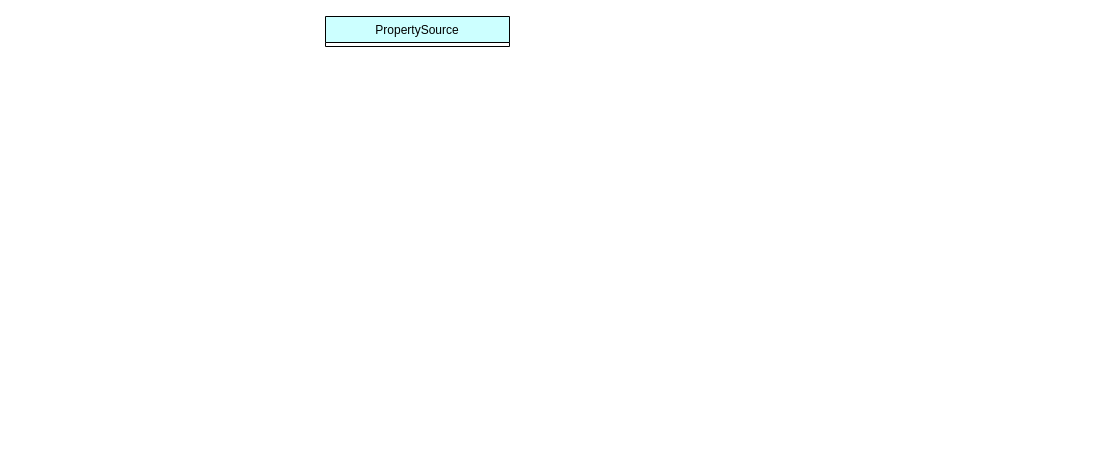
The draw.io diagram spring/PropertySource.drawio in MuggleStar/draw_io, before the edit. Source tidied: cells renumbered, new cells numbered last; positions are measured from the earlier drawing's top-left corner, leaving out a move shared by most shapes. Both pictures are drawn from the tidied source at 100%, with x=0, y=0 at pixel (325, 16).
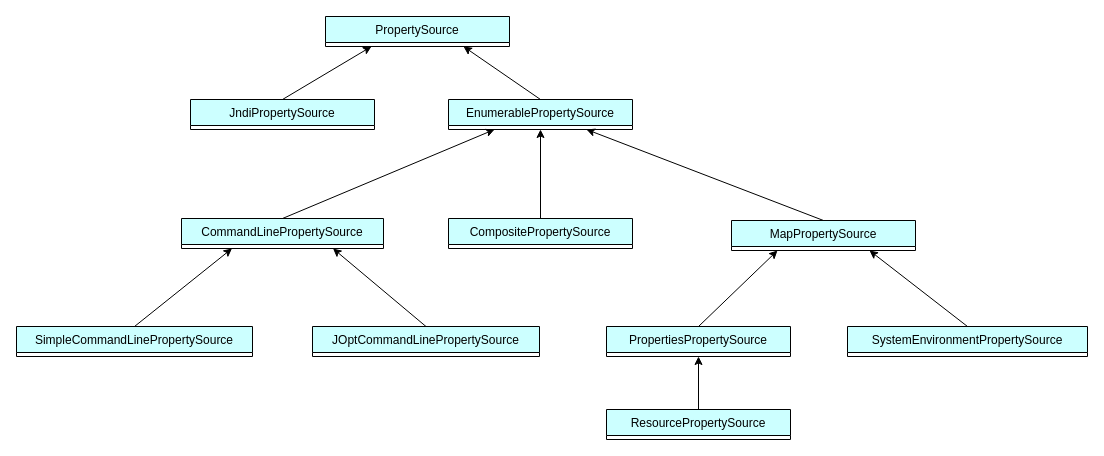
After the change.

The change refers to these unchanged cells:
```xml
<mxCell id="2" value="PropertySource" style="swimlane;fontStyle=0;horizontal=1;startSize=26;fillColor=#CCFFFF;direction=east;strokeColor=default;swimlaneLine=1;glass=0;rounded=0;shadow=0;" parent="1" vertex="1" collapsed="1">
  <mxGeometry width="184" height="30" as="geometry" />
</mxCell>
```

Diff of the diagram source:
```diff
@@
+    <mxCell id="3" value="JndiPropertySource" style="swimlane;fontStyle=0;horizontal=1;startSize=26;fillColor=#CCFFFF;direction=east;strokeColor=default;swimlaneLine=1;glass=0;rounded=0;shadow=0;" parent="1" vertex="1" collapsed="1">
+      <mxGeometry x="-135" y="83" width="184" height="30" as="geometry" />
+    </mxCell>
+    <mxCell id="4" value="EnumerablePropertySource" style="swimlane;fontStyle=0;horizontal=1;startSize=26;fillColor=#CCFFFF;direction=east;strokeColor=default;swimlaneLine=1;glass=0;rounded=0;shadow=0;" parent="1" vertex="1" collapsed="1">
+      <mxGeometry x="123" y="83" width="184" height="30" as="geometry" />
+    </mxCell>
+    <mxCell id="5" value="CommandLinePropertySource" style="swimlane;fontStyle=0;horizontal=1;startSize=26;fillColor=#CCFFFF;direction=east;strokeColor=default;swimlaneLine=1;glass=0;rounded=0;shadow=0;" parent="1" vertex="1" collapsed="1">
+      <mxGeometry x="-144" y="202" width="202" height="30" as="geometry" />
+    </mxCell>
+    <mxCell id="6" value="CompositePropertySource" style="swimlane;fontStyle=0;horizontal=1;startSize=26;fillColor=#CCFFFF;direction=east;strokeColor=default;swimlaneLine=1;glass=0;rounded=0;shadow=0;" parent="1" vertex="1" collapsed="1">
+      <mxGeometry x="123" y="202" width="184" height="30" as="geometry" />
+    </mxCell>
+    <mxCell id="7" value="MapPropertySource" style="swimlane;fontStyle=0;horizontal=1;startSize=26;fillColor=#CCFFFF;direction=east;strokeColor=default;swimlaneLine=1;glass=0;rounded=0;shadow=0;" parent="1" vertex="1" collapsed="1">
+      <mxGeometry x="406" y="204" width="184" height="30" as="geometry" />
+    </mxCell>
+    <mxCell id="8" value="SimpleCommandLinePropertySource" style="swimlane;fontStyle=0;horizontal=1;startSize=26;fillColor=#CCFFFF;direction=east;strokeColor=default;swimlaneLine=1;glass=0;rounded=0;shadow=0;" parent="1" vertex="1" collapsed="1">
+      <mxGeometry x="-309" y="310" width="236" height="30" as="geometry" />
+    </mxCell>
+    <mxCell id="9" value="JOptCommandLinePropertySource" style="swimlane;fontStyle=0;horizontal=1;startSize=26;fillColor=#CCFFFF;direction=east;strokeColor=default;swimlaneLine=1;glass=0;rounded=0;shadow=0;" parent="1" vertex="1" collapsed="1">
+      <mxGeometry x="-13" y="310" width="227" height="30" as="geometry" />
+    </mxCell>
+    <mxCell id="10" value="PropertiesPropertySource" style="swimlane;fontStyle=0;horizontal=1;startSize=26;fillColor=#CCFFFF;direction=east;strokeColor=default;swimlaneLine=1;glass=0;rounded=0;shadow=0;" parent="1" vertex="1" collapsed="1">
+      <mxGeometry x="281" y="310" width="184" height="30" as="geometry" />
+    </mxCell>
+    <mxCell id="11" value="SystemEnvironmentPropertySource" style="swimlane;fontStyle=0;horizontal=1;startSize=26;fillColor=#CCFFFF;direction=east;strokeColor=default;swimlaneLine=1;glass=0;rounded=0;shadow=0;" parent="1" vertex="1" collapsed="1">
+      <mxGeometry x="522" y="310" width="240" height="30" as="geometry" />
+    </mxCell>
+    <mxCell id="12" value="ResourcePropertySource" style="swimlane;fontStyle=0;horizontal=1;startSize=26;fillColor=#CCFFFF;direction=east;strokeColor=default;swimlaneLine=1;glass=0;rounded=0;shadow=0;" parent="1" vertex="1" collapsed="1">
+      <mxGeometry x="281" y="393" width="184" height="30" as="geometry" />
+    </mxCell>
+    <mxCell id="13" style="endArrow=classic;html=1;rounded=0;exitX=0.5;exitY=0;exitDx=0;exitDy=0;entryX=0.5;entryY=1;entryDx=0;entryDy=0;" parent="1" edge="1" source="12" target="10">
+      <mxGeometry relative="1" as="geometry" />
+    </mxCell>
+    <mxCell id="14" style="endArrow=classic;html=1;rounded=0;exitX=0.5;exitY=0;exitDx=0;exitDy=0;entryX=0.75;entryY=1;entryDx=0;entryDy=0;" parent="1" edge="1" source="11" target="7">
+      <mxGeometry relative="1" as="geometry" />
+    </mxCell>
+    <mxCell id="15" style="endArrow=classic;html=1;rounded=0;exitX=0.5;exitY=0;exitDx=0;exitDy=0;entryX=0.25;entryY=1;entryDx=0;entryDy=0;" parent="1" edge="1" source="10" target="7">
+      <mxGeometry relative="1" as="geometry" />
+    </mxCell>
+    <mxCell id="16" style="endArrow=classic;html=1;rounded=0;exitX=0.5;exitY=0;exitDx=0;exitDy=0;entryX=0.75;entryY=1;entryDx=0;entryDy=0;" parent="1" edge="1" source="9" target="5">
+      <mxGeometry relative="1" as="geometry" />
+    </mxCell>
+    <mxCell id="17" style="endArrow=classic;html=1;rounded=0;exitX=0.5;exitY=0;exitDx=0;exitDy=0;entryX=0.25;entryY=1;entryDx=0;entryDy=0;" parent="1" edge="1" source="8" target="5">
+      <mxGeometry relative="1" as="geometry" />
+    </mxCell>
+    <mxCell id="18" style="endArrow=classic;html=1;rounded=0;exitX=0.5;exitY=0;exitDx=0;exitDy=0;entryX=0.75;entryY=1;entryDx=0;entryDy=0;" parent="1" edge="1" source="7" target="4">
+      <mxGeometry relative="1" as="geometry" />
+    </mxCell>
+    <mxCell id="19" style="endArrow=classic;html=1;rounded=0;exitX=0.5;exitY=0;exitDx=0;exitDy=0;entryX=0.5;entryY=1;entryDx=0;entryDy=0;" parent="1" edge="1" source="6" target="4">
+      <mxGeometry relative="1" as="geometry" />
+    </mxCell>
+    <mxCell id="20" style="endArrow=classic;html=1;rounded=0;exitX=0.5;exitY=0;exitDx=0;exitDy=0;entryX=0.25;entryY=1;entryDx=0;entryDy=0;" parent="1" edge="1" source="5" target="4">
+      <mxGeometry relative="1" as="geometry" />
+    </mxCell>
+    <mxCell id="21" style="endArrow=classic;html=1;rounded=0;exitX=0.5;exitY=0;exitDx=0;exitDy=0;entryX=0.75;entryY=1;entryDx=0;entryDy=0;" parent="1" edge="1" source="4" target="2">
+      <mxGeometry relative="1" as="geometry" />
+    </mxCell>
+    <mxCell id="22" style="endArrow=classic;html=1;rounded=0;exitX=0.5;exitY=0;exitDx=0;exitDy=0;entryX=0.25;entryY=1;entryDx=0;entryDy=0;" parent="1" edge="1" source="3" target="2">
+      <mxGeometry relative="1" as="geometry" />
+    </mxCell>
```
